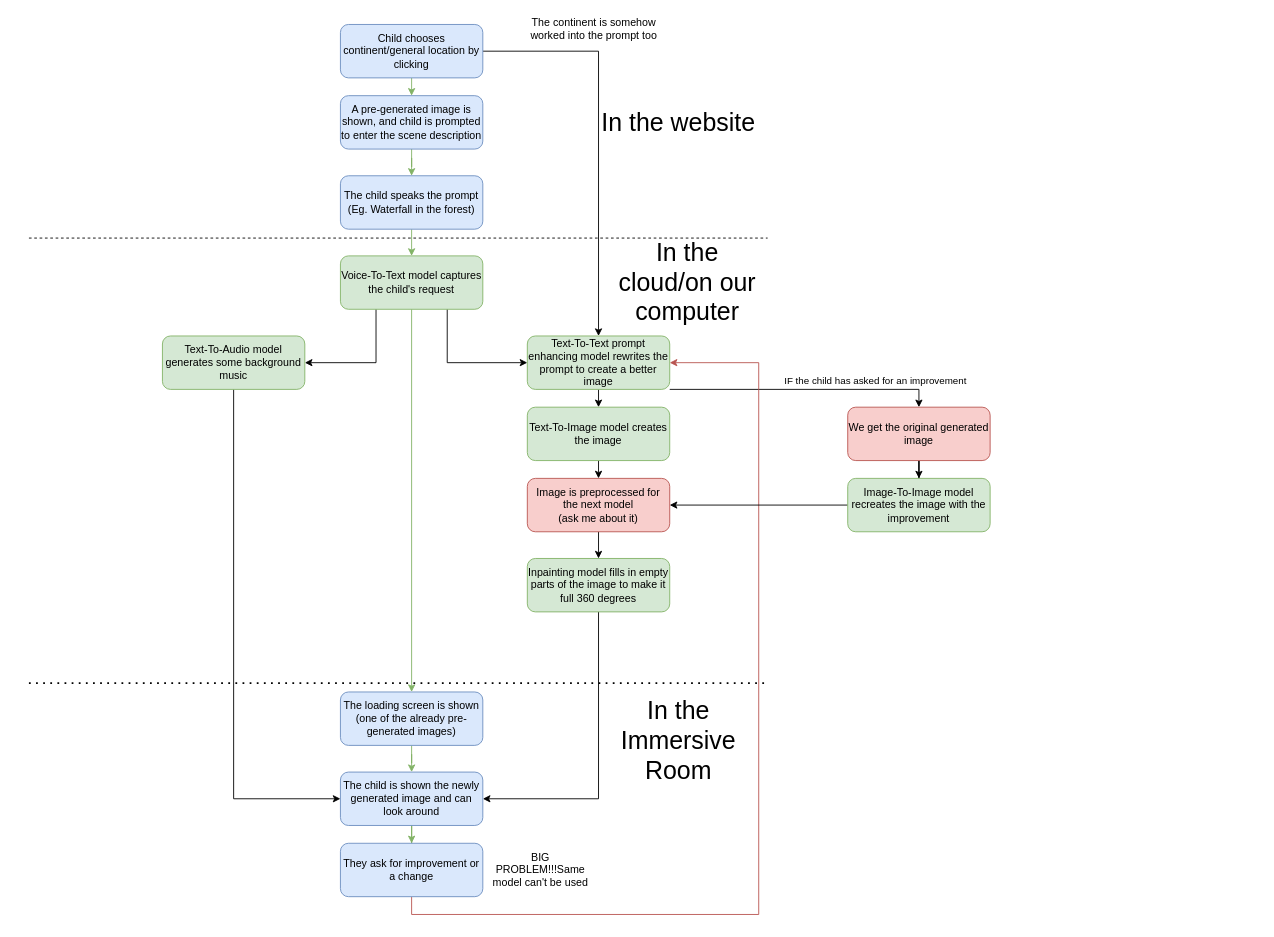
The draw.io diagram ATVARS_Team_Project.drawio in IsabelleDesle/VirtualGlobeTrotter, before the edit. Source tidied: cells renumbered, new cells numbered last; positions are measured from the earlier drawing's top-left corner, leaving out a move shared by most shapes. Both pictures are drawn from the tidied source at 89%, with x=0, y=0 at pixel (28, 15).
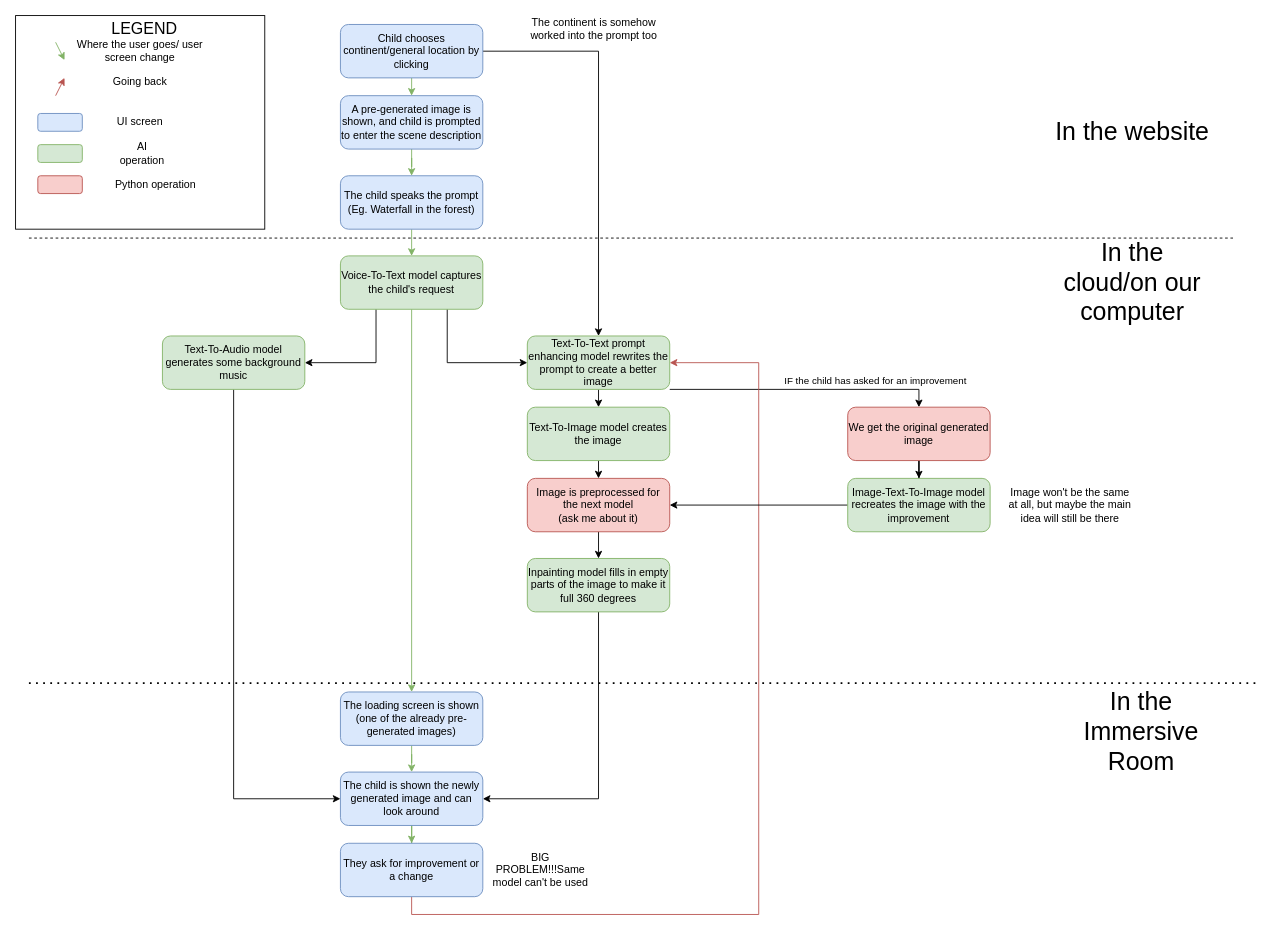
After the change.

Change to the diagram source:
```diff
@@
     <mxCell id="25" style="endArrow=none;dashed=1;html=1;rounded=0;" parent="1" edge="1">
       <mxGeometry relative="1" as="geometry">
         <mxPoint y="250" as="sourcePoint" />
-        <mxPoint x="830" y="250" as="targetPoint" />
+        <mxPoint x="1352.9" y="250" as="targetPoint" />
         <Array as="points">
           <mxPoint x="330" y="250" />
         </Array>
       </mxGeometry>
     </mxCell>
     <mxCell id="26" value="&lt;font style=&quot;font-size: 28px;&quot;&gt;In the website&lt;/font&gt;" style="text;html=1;align=center;verticalAlign=middle;whiteSpace=wrap;rounded=0;" parent="1" vertex="1">
-      <mxGeometry x="640" y="75" width="180" height="90" as="geometry" />
+      <mxGeometry x="1150" y="85" width="180" height="90" as="geometry" />
     </mxCell>
     <mxCell id="27" value="&lt;font style=&quot;font-size: 28px;&quot;&gt;In the cloud/on our computer&lt;br&gt;&lt;/font&gt;" style="text;html=1;align=center;verticalAlign=middle;whiteSpace=wrap;rounded=0;" parent="1" vertex="1">
-      <mxGeometry x="650" y="255" width="180" height="90" as="geometry" />
+      <mxGeometry x="1150" y="255" width="180" height="90" as="geometry" />
     </mxCell>
     <mxCell id="28" style="endArrow=none;dashed=1;html=1;dashPattern=1 3;strokeWidth=2;rounded=0;" parent="1" edge="1">
       <mxGeometry relative="1" as="geometry">
         <mxPoint y="750" as="sourcePoint" />
-        <mxPoint x="830" y="750" as="targetPoint" />
+        <mxPoint x="1380" y="750" as="targetPoint" />
       </mxGeometry>
     </mxCell>
     <mxCell id="29" value="&lt;font style=&quot;font-size: 28px;&quot;&gt;In the Immersive Room&lt;br&gt;&lt;/font&gt;" style="text;html=1;align=center;verticalAlign=middle;whiteSpace=wrap;rounded=0;" parent="1" vertex="1">
-      <mxGeometry x="640" y="770" width="180" height="90" as="geometry" />
+      <mxGeometry x="1160" y="760" width="180" height="90" as="geometry" />
     </mxCell>
@@
-    <mxCell id="40" value="&lt;div&gt;Image-To-Image model recreates the image with the improvement&lt;/div&gt;" style="rounded=1;whiteSpace=wrap;html=1;fillColor=#d5e8d4;strokeColor=#82b366;" parent="1" vertex="1">
+    <mxCell id="40" value="&lt;div&gt;Image-Text-To-Image model recreates the image with the improvement&lt;/div&gt;" style="rounded=1;whiteSpace=wrap;html=1;fillColor=#d5e8d4;strokeColor=#82b366;" parent="1" vertex="1">
       <mxGeometry x="920" y="520" width="160" height="60" as="geometry" />
     </mxCell>
@@
+    <mxCell id="42" style="rounded=0;whiteSpace=wrap;html=1;" parent="1" vertex="1">
+      <mxGeometry x="-15" width="280" height="240" as="geometry" />
+    </mxCell>
+    <mxCell id="43" value="&lt;font style=&quot;font-size: 18px;&quot;&gt;LEGEND&lt;/font&gt;" style="text;html=1;align=center;verticalAlign=middle;whiteSpace=wrap;rounded=0;" parent="1" vertex="1">
+      <mxGeometry x="65" width="130" height="30" as="geometry" />
+    </mxCell>
+    <mxCell id="44" style="endArrow=classic;html=1;rounded=0;fillColor=#d5e8d4;strokeColor=#82b366;" parent="1" edge="1">
+      <mxGeometry relative="1" as="geometry">
+        <mxPoint x="30" y="30" as="sourcePoint" />
+        <mxPoint x="40" y="50" as="targetPoint" />
+      </mxGeometry>
+    </mxCell>
+    <mxCell id="45" value="Where the user goes/ user screen change" style="text;html=1;align=center;verticalAlign=middle;whiteSpace=wrap;rounded=0;" parent="1" vertex="1">
+      <mxGeometry x="50" y="25" width="150" height="30" as="geometry" />
+    </mxCell>
+    <mxCell id="46" style="endArrow=classic;html=1;rounded=0;fillColor=#f8cecc;strokeColor=#b85450;" parent="1" edge="1">
+      <mxGeometry relative="1" as="geometry">
+        <mxPoint x="30" y="90" as="sourcePoint" />
+        <mxPoint x="40" y="70" as="targetPoint" />
+      </mxGeometry>
+    </mxCell>
+    <mxCell id="47" value="Going back" style="text;html=1;align=center;verticalAlign=middle;whiteSpace=wrap;rounded=0;" parent="1" vertex="1">
+      <mxGeometry x="90" y="60" width="70" height="30" as="geometry" />
+    </mxCell>
+    <mxCell id="48" style="rounded=1;whiteSpace=wrap;html=1;fillColor=#dae8fc;strokeColor=#6c8ebf;" parent="1" vertex="1">
+      <mxGeometry x="10" y="110" width="50" height="20" as="geometry" />
+    </mxCell>
+    <mxCell id="49" value="UI screen" style="text;html=1;align=center;verticalAlign=middle;whiteSpace=wrap;rounded=0;" parent="1" vertex="1">
+      <mxGeometry x="95" y="105" width="60" height="30" as="geometry" />
+    </mxCell>
+    <mxCell id="50" style="rounded=1;whiteSpace=wrap;html=1;fillColor=#d5e8d4;strokeColor=#82b366;" parent="1" vertex="1">
+      <mxGeometry x="10" y="145" width="50" height="20" as="geometry" />
+    </mxCell>
+    <mxCell id="51" value="AI operation" style="text;html=1;align=center;verticalAlign=middle;whiteSpace=wrap;rounded=0;" parent="1" vertex="1">
+      <mxGeometry x="95" y="140" width="65" height="30" as="geometry" />
+    </mxCell>
+    <mxCell id="52" style="rounded=1;whiteSpace=wrap;html=1;fillColor=#f8cecc;strokeColor=#b85450;" parent="1" vertex="1">
+      <mxGeometry x="10" y="180" width="50" height="20" as="geometry" />
+    </mxCell>
+    <mxCell id="53" value="Python operation" style="text;html=1;align=center;verticalAlign=middle;whiteSpace=wrap;rounded=0;" parent="1" vertex="1">
+      <mxGeometry x="95" y="175" width="95" height="30" as="geometry" />
+    </mxCell>
+    <mxCell id="54" value="Image won't be the same at all, but maybe the main idea will still be there" style="text;html=1;align=center;verticalAlign=middle;whiteSpace=wrap;rounded=0;" parent="1" vertex="1">
+      <mxGeometry x="1100" y="535" width="140" height="30" as="geometry" />
+    </mxCell>
```
